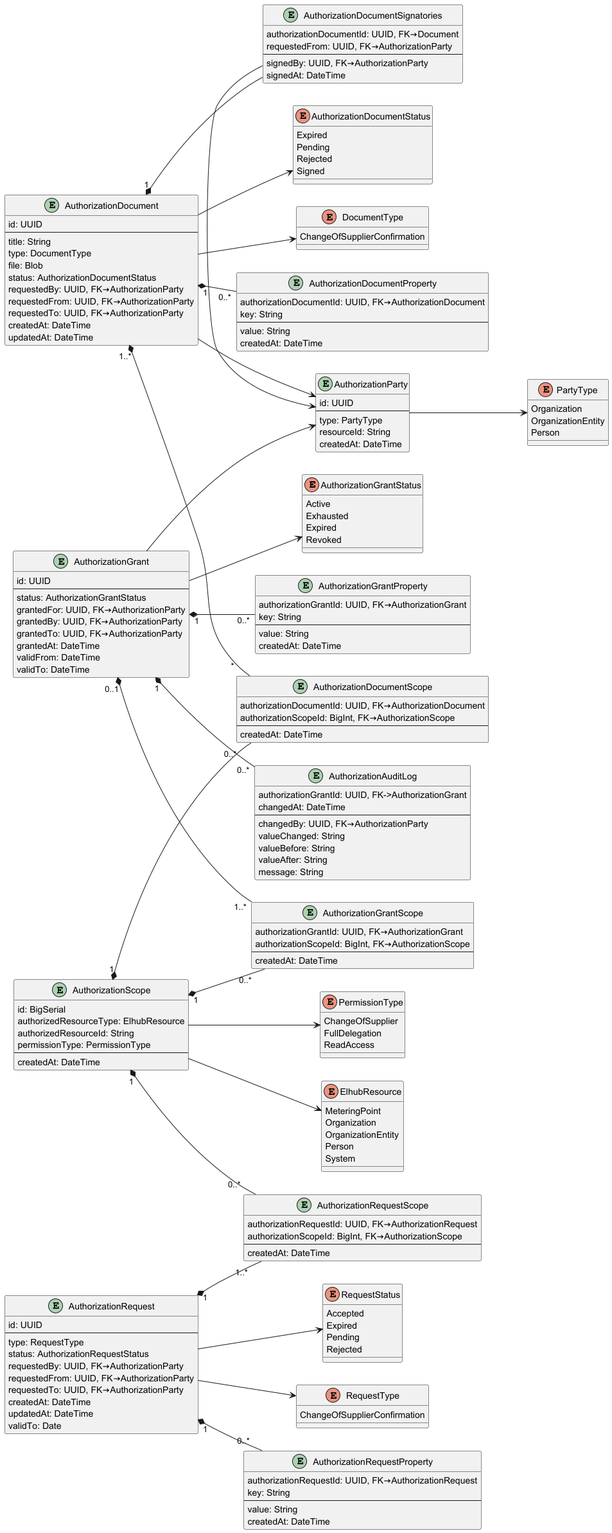
elhub/auth-grant-manager keeps this PlantUML diagram as docs/assets/datamodel.png. Above is the earlier version.
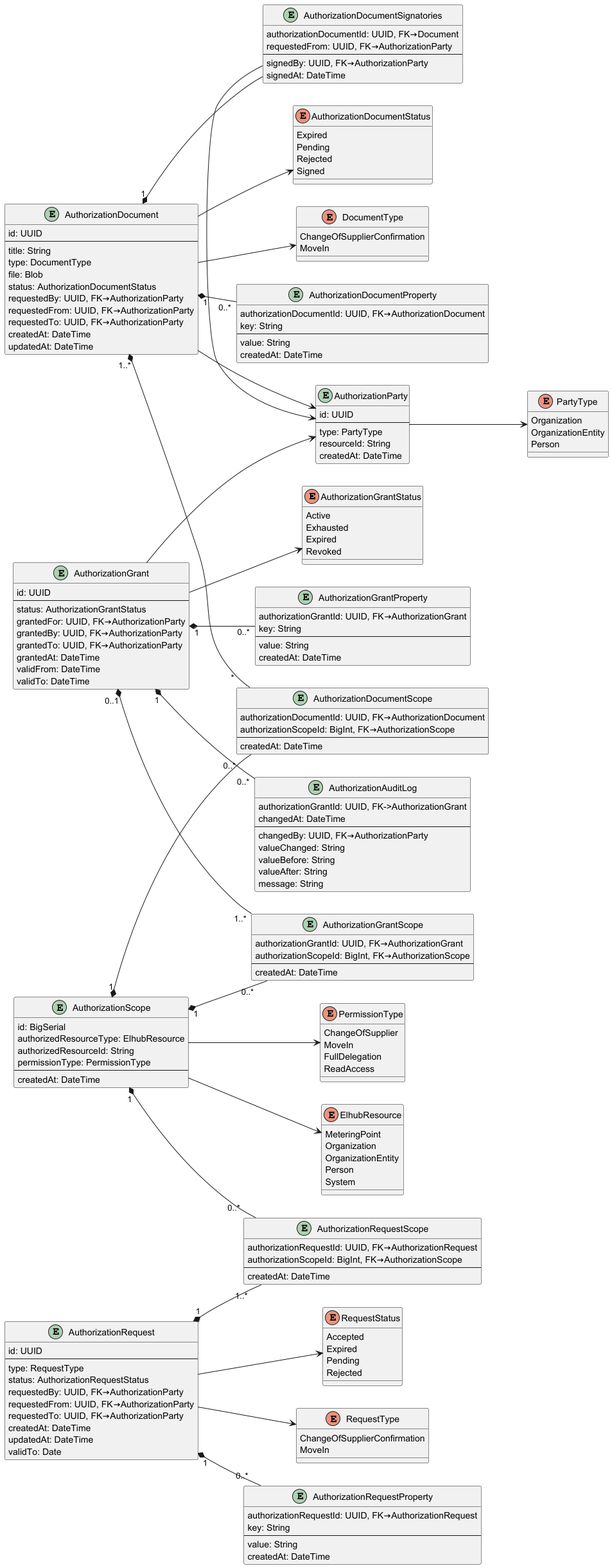
The same diagram one commit later.

The edit, as a diff of the source:
```diff
@@ -11,6 +11,7 @@
 
 enum PermissionType {
   ChangeOfSupplier
+  MoveIn
   FullDelegation
   ReadAccess
 }
@@ -45,10 +46,12 @@
 
 enum DocumentType {
   ChangeOfSupplierConfirmation
+  MoveIn
 }
 
 enum RequestType {
   ChangeOfSupplierConfirmation
+  MoveIn
 }
 
 entity AuthorizationGrant {
```
